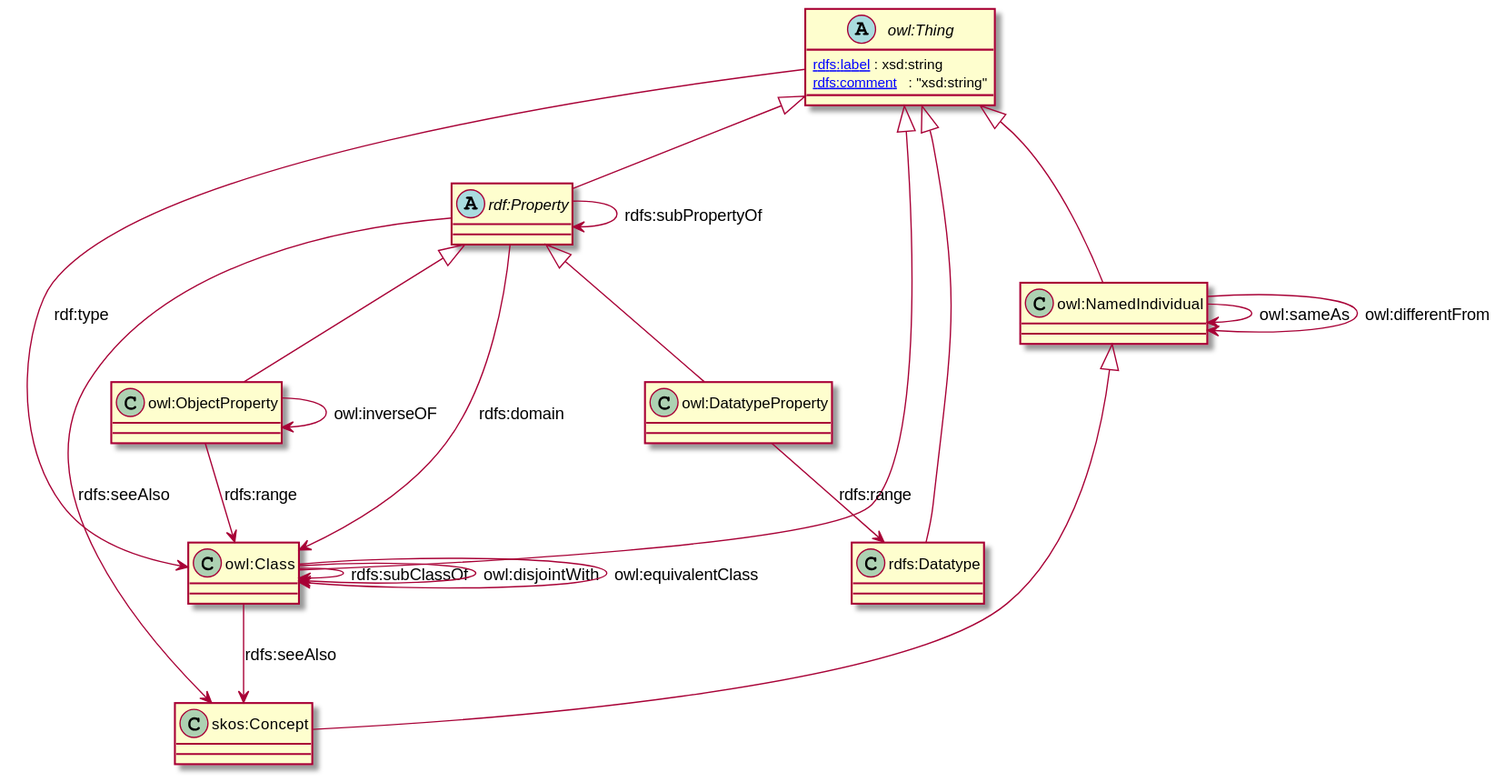
This is documentation/figures/vocabulary.svg from CIMug-org/mimirProfiler, a PlantUML export, as it was before one commit. The source it was exported from:
```plantuml
@startuml vocabulary

class "owl:Class" [[http://www.w3.org/2000/01/rdf-schema#Class]]
class "owl:DatatypeProperty" [[http://www.w3.org/2002/07/owl#DatatypeProperty]]
class "owl:ObjectProperty" [[http://www.w3.org/2002/07/owl#ObjectProperty]]
abstract class "rdf:Property" [[http://www.w3.org/1999/02/22-rdf-syntax-ns#Property]]
class "rdfs:Datatype" [[http://www.w3.org/2000/01/rdf-schema#Datatype]]
class "owl:NamedIndividual" [[http://www.w3.org/2002/07/owl#NamedIndividual]]
abstract class "owl:Thing" [[http://www.w3.org/2002/07/owl#Thing]]{
  [[http://www.w3.org/2000/01/rdf-schema#label rdfs:label ]]: xsd:string
 [[http://www.w3.org/2000/01/rdf-schema#comment rdfs:comment ]]  : "xsd:string"
}

"owl:Thing" <|--  "owl:Class"


"owl:Thing" <|--   "rdf:Property"
"owl:Thing" <|--   "rdfs:Datatype"
"owl:Thing" <|--   "owl:NamedIndividual"
"owl:NamedIndividual" <|-- "skos:Concept"
"rdf:Property" <|-- "owl:DatatypeProperty"
"rdf:Property" <|-- "owl:ObjectProperty"


"owl:ObjectProperty" --> "owl:ObjectProperty" : "owl:inverseOF"

"rdf:Property"--> "owl:Class" : "rdfs:domain"
"owl:ObjectProperty"--> "owl:Class" : "rdfs:range"
"owl:DatatypeProperty"--> "rdfs:Datatype" : "rdfs:range"
"owl:Class" --> "owl:Class" : "rdfs:subClassOf"
"owl:Class" --> "owl:Class" : "owl:disjointWith"
"owl:Class" --> "owl:Class" : "owl:equivalentClass"
"rdf:Property" --> "rdf:Property" : "rdfs:subPropertyOf"
"owl:Thing" --> "owl:Class" : "rdf:type"
"owl:Class" -->  "skos:Concept" : "rdfs:seeAlso"
"rdf:Property" -->  "skos:Concept" : "rdfs:seeAlso"
"owl:NamedIndividual" --> "owl:NamedIndividual" : "owl:sameAs"
"owl:NamedIndividual" --> "owl:NamedIndividual" : "owl:differentFrom"

@enduml
```
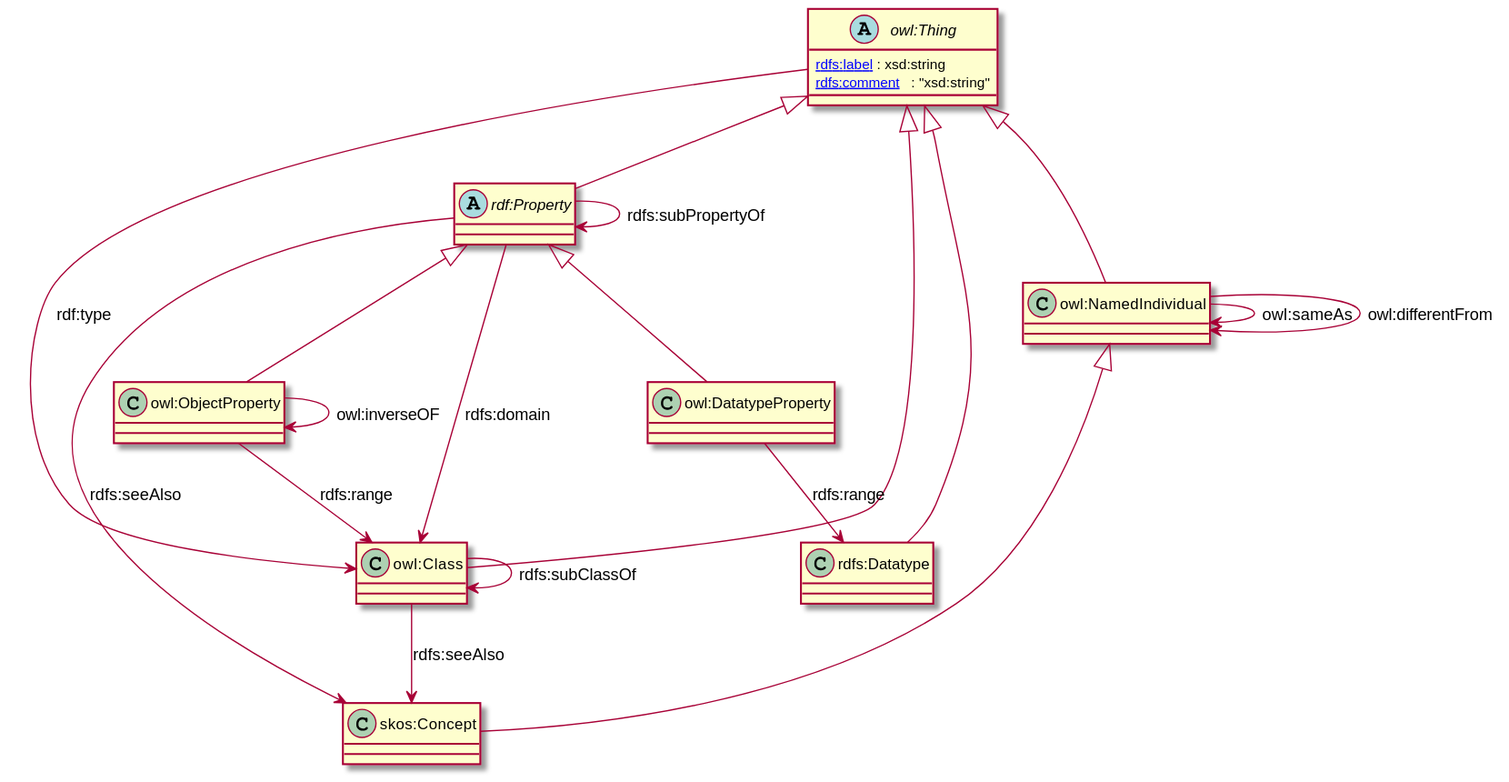
Above is the later version.

What changed in the source:
```diff
@@ -28,8 +28,6 @@
 "owl:ObjectProperty"--> "owl:Class" : "rdfs:range"
 "owl:DatatypeProperty"--> "rdfs:Datatype" : "rdfs:range"
 "owl:Class" --> "owl:Class" : "rdfs:subClassOf"
-"owl:Class" --> "owl:Class" : "owl:disjointWith"
-"owl:Class" --> "owl:Class" : "owl:equivalentClass"
 "rdf:Property" --> "rdf:Property" : "rdfs:subPropertyOf"
 "owl:Thing" --> "owl:Class" : "rdf:type"
 "owl:Class" -->  "skos:Concept" : "rdfs:seeAlso"
```
